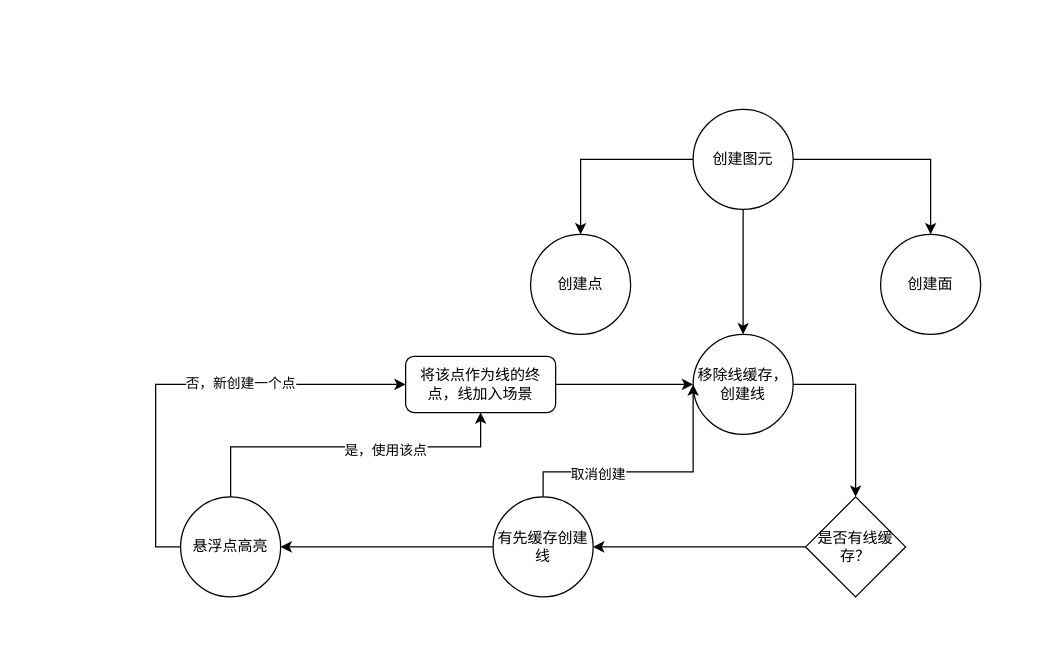
This is 未命名绘图.drawio from Harekaze-Misakiakeno/uml, a draw.io file, before an edit. Source tidied: cells renumbered, new cells numbered last; positions are measured from the earlier drawing's top-left corner, leaving out a move shared by most shapes. Both pictures are drawn from the tidied source at 125%, with x=0, y=0 at pixel (155, 109).
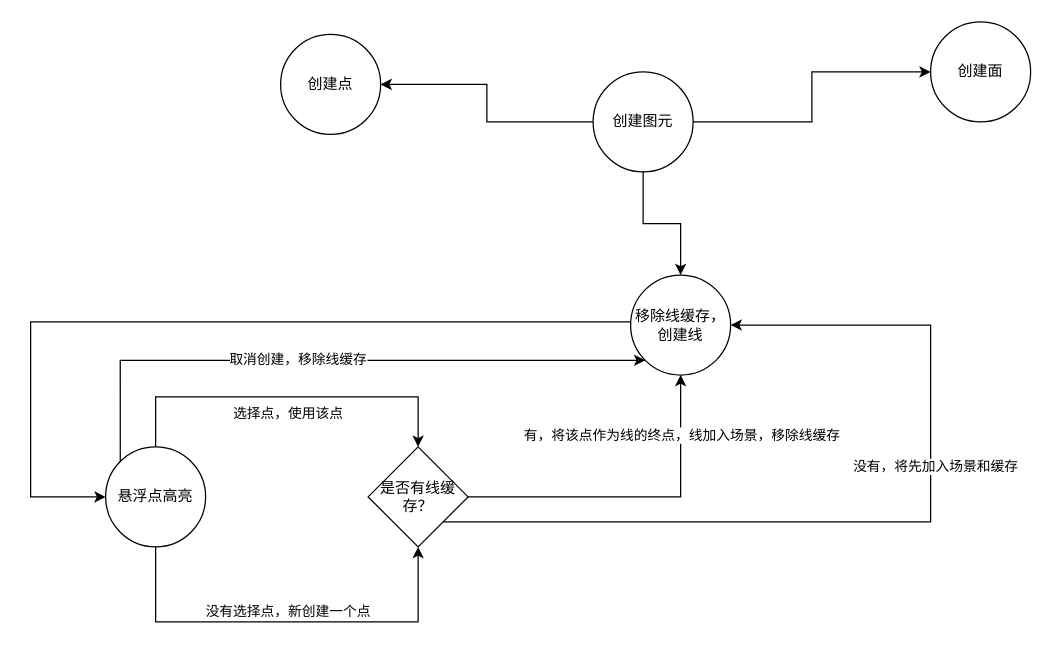
The same page after the edit.

Commit message:
更新未命名绘图.drawio

Change to the diagram source:
```diff
@@
     <mxCell id="5" value="创建图元" style="ellipse;whiteSpace=wrap;html=1;" parent="1" vertex="1">
-      <mxGeometry x="430" width="80" height="80" as="geometry" />
+      <mxGeometry x="350" y="-30" width="80" height="80" as="geometry" />
     </mxCell>
     <mxCell id="6" value="创建点" style="ellipse;whiteSpace=wrap;html=1;" parent="1" vertex="1">
-      <mxGeometry x="300" y="100" width="80" height="80" as="geometry" />
+      <mxGeometry x="100" y="-60" width="80" height="80" as="geometry" />
     </mxCell>
-    <mxCell id="7" style="edgeStyle=orthogonalEdgeStyle;rounded=0;jettySize=auto;html=1;" parent="1" edge="1" source="8" target="11">
-      <mxGeometry relative="1" as="geometry" />
-    </mxCell>
+    <mxCell id="23" style="edgeStyle=orthogonalEdgeStyle;rounded=0;jettySize=auto;html=1;" parent="1" edge="1" source="8" target="22">
+      <mxGeometry relative="1" as="geometry">
+        <Array as="points">
+          <mxPoint x="-100" y="170" />
+          <mxPoint x="-100" y="310" />
+        </Array>
+      </mxGeometry>
+    </mxCell>
     <mxCell id="8" value="移除线缓存，创建线" style="ellipse;whiteSpace=wrap;html=1;" parent="1" vertex="1">
-      <mxGeometry x="430" y="180" width="80" height="80" as="geometry" />
+      <mxGeometry x="380" y="132.5" width="80" height="80" as="geometry" />
     </mxCell>
     <mxCell id="9" value="创建面" style="ellipse;whiteSpace=wrap;html=1;" parent="1" vertex="1">
-      <mxGeometry x="580" y="100" width="80" height="80" as="geometry" />
+      <mxGeometry x="620" y="-70" width="80" height="80" as="geometry" />
     </mxCell>
-    <mxCell id="10" style="edgeStyle=orthogonalEdgeStyle;rounded=0;jettySize=auto;html=1;" parent="1" edge="1" source="11" target="15">
-      <mxGeometry relative="1" as="geometry" />
+    <mxCell id="10" style="edgeStyle=orthogonalEdgeStyle;rounded=0;jettySize=auto;html=1;entryX=0.5;entryY=1;entryDx=0;entryDy=0;" parent="1" edge="1" source="11" target="8">
+      <mxGeometry relative="1" as="geometry">
+        <Array as="points">
+          <mxPoint x="420" y="310" />
+        </Array>
+      </mxGeometry>
     </mxCell>
+    <mxCell id="24" value="有，将该点作为线的终点，线加入场景，移除线缓存" style="edgeLabel;html=1;align=center;verticalAlign=middle;" parent="10" vertex="1">
+      <mxGeometry relative="1" as="geometry">
+        <mxPoint x="36" y="-50" as="offset" />
+      </mxGeometry>
+    </mxCell>
+    <mxCell id="25" style="edgeStyle=orthogonalEdgeStyle;rounded=0;jettySize=auto;html=1;entryX=1;entryY=0.5;entryDx=0;entryDy=0;" parent="1" edge="1" source="11" target="8">
+      <mxGeometry relative="1" as="geometry">
+        <Array as="points">
+          <mxPoint x="620" y="330" />
+          <mxPoint x="620" y="173" />
+        </Array>
+      </mxGeometry>
+    </mxCell>
+    <mxCell id="26" value="没有，将先加入场景和缓存" style="edgeLabel;html=1;align=center;verticalAlign=middle;" parent="25" vertex="1">
+      <mxGeometry x="0.23" y="-3" relative="1" as="geometry" />
+    </mxCell>
     <mxCell id="11" value="是否有线缓存？" style="rhombus;whiteSpace=wrap;html=1;spacing=5;" parent="1" vertex="1">
-      <mxGeometry x="520" y="310" width="80" height="80" as="geometry" />
+      <mxGeometry x="170" y="270" width="80" height="80" as="geometry" />
     </mxCell>
-    <mxCell id="12" style="edgeStyle=orthogonalEdgeStyle;rounded=0;jettySize=auto;html=1;entryX=0;entryY=0.5;entryDx=0;entryDy=0;" parent="1" edge="1" source="15" target="8">
-      <mxGeometry relative="1" as="geometry">
-        <Array as="points">
-          <mxPoint x="310" y="290" />
-          <mxPoint x="430" y="290" />
-        </Array>
-      </mxGeometry>
-    </mxCell>
-    <mxCell id="13" value="取消创建" style="edgeLabel;html=1;align=center;verticalAlign=middle;" parent="12" vertex="1">
-      <mxGeometry x="-0.4" y="-1" relative="1" as="geometry" />
-    </mxCell>
-    <mxCell id="14" style="edgeStyle=orthogonalEdgeStyle;rounded=0;jettySize=auto;html=1;entryX=1;entryY=0.5;entryDx=0;entryDy=0;" parent="1" edge="1" source="15" target="22">
-      <mxGeometry relative="1" as="geometry">
-        <Array as="points">
-          <mxPoint x="140" y="350" />
-          <mxPoint x="140" y="350" />
-        </Array>
-      </mxGeometry>
-    </mxCell>
-    <mxCell id="15" value="有先缓存创建线" style="ellipse;whiteSpace=wrap;html=1;spacing=5;" parent="1" vertex="1">
-      <mxGeometry x="270" y="310" width="80" height="80" as="geometry" />
-    </mxCell>
-    <mxCell id="16" style="edgeStyle=orthogonalEdgeStyle;rounded=0;jettySize=auto;html=1;entryX=0;entryY=0.5;entryDx=0;entryDy=0;exitX=0;exitY=0.5;exitDx=0;exitDy=0;" parent="1" edge="1" source="22" target="21">
+    <mxCell id="16" style="edgeStyle=orthogonalEdgeStyle;rounded=0;jettySize=auto;html=1;exitX=0.5;exitY=1;exitDx=0;exitDy=0;" parent="1" edge="1" source="22" target="11">
       <mxGeometry relative="1" as="geometry">
         <Array as="points">
-          <mxPoint y="350" />
-          <mxPoint y="220" />
+          <mxPoint y="410" />
+          <mxPoint x="210" y="410" />
         </Array>
       </mxGeometry>
     </mxCell>
-    <mxCell id="17" value="否，新创建一个点" style="edgeLabel;html=1;align=center;verticalAlign=middle;" parent="16" vertex="1">
-      <mxGeometry x="0.24" y="2" relative="1" as="geometry" />
+    <mxCell id="17" value="没有选择点，新创建一个点" style="edgeLabel;html=1;align=center;verticalAlign=bottom;" parent="16" vertex="1">
+      <mxGeometry relative="1" as="geometry" />
     </mxCell>
-    <mxCell id="18" style="edgeStyle=orthogonalEdgeStyle;rounded=0;jettySize=auto;html=1;exitX=0.5;exitY=0;exitDx=0;exitDy=0;verticalAlign=top;" parent="1" edge="1" source="22" target="21">
+    <mxCell id="18" style="edgeStyle=orthogonalEdgeStyle;rounded=0;jettySize=auto;html=1;exitX=0.5;exitY=0;exitDx=0;exitDy=0;verticalAlign=top;entryX=0.5;entryY=0;entryDx=0;entryDy=0;" parent="1" edge="1" source="22" target="11">
       <mxGeometry relative="1" as="geometry">
         <Array as="points">
-          <mxPoint x="60" y="270" />
-          <mxPoint x="260" y="270" />
+          <mxPoint y="230" />
+          <mxPoint x="210" y="230" />
         </Array>
       </mxGeometry>
     </mxCell>
-    <mxCell id="19" value="是，使用该点" style="edgeLabel;html=1;align=center;verticalAlign=middle;" parent="18" vertex="1">
-      <mxGeometry x="0.22" y="-2" relative="1" as="geometry" />
+    <mxCell id="19" value="选择点，使用该点" style="edgeLabel;html=1;align=center;verticalAlign=top;" parent="18" vertex="1">
+      <mxGeometry relative="1" as="geometry" />
     </mxCell>
-    <mxCell id="20" style="edgeStyle=orthogonalEdgeStyle;rounded=0;jettySize=auto;html=1;entryX=0;entryY=0.5;entryDx=0;entryDy=0;" parent="1" edge="1" source="21" target="8">
-      <mxGeometry relative="1" as="geometry" />
-    </mxCell>
-    <mxCell id="21" value="将该点作为线的终点，线加入场景" style="rounded=1;whiteSpace=wrap;html=1;spacing=5;" parent="1" vertex="1">
-      <mxGeometry x="200" y="197.5" width="120" height="45" as="geometry" />
-    </mxCell>
+    <mxCell id="27" style="edgeStyle=orthogonalEdgeStyle;rounded=0;jettySize=auto;html=1;entryX=0;entryY=1;entryDx=0;entryDy=0;exitX=0;exitY=0;exitDx=0;exitDy=0;" parent="1" edge="1" source="22" target="8">
+      <mxGeometry relative="1" as="geometry">
+        <Array as="points">
+          <mxPoint x="-28" y="201" />
+        </Array>
+      </mxGeometry>
+    </mxCell>
+    <mxCell id="28" value="取消创建，移除线缓存" style="edgeLabel;html=1;align=center;verticalAlign=middle;" parent="27" vertex="1">
+      <mxGeometry x="-0.11" y="1" relative="1" as="geometry" />
+    </mxCell>
     <mxCell id="22" value="悬浮点高亮" style="ellipse;whiteSpace=wrap;html=1;" parent="1" vertex="1">
-      <mxGeometry x="20" y="310" width="80" height="80" as="geometry" />
+      <mxGeometry x="-40" y="270" width="80" height="80" as="geometry" />
     </mxCell>
```
